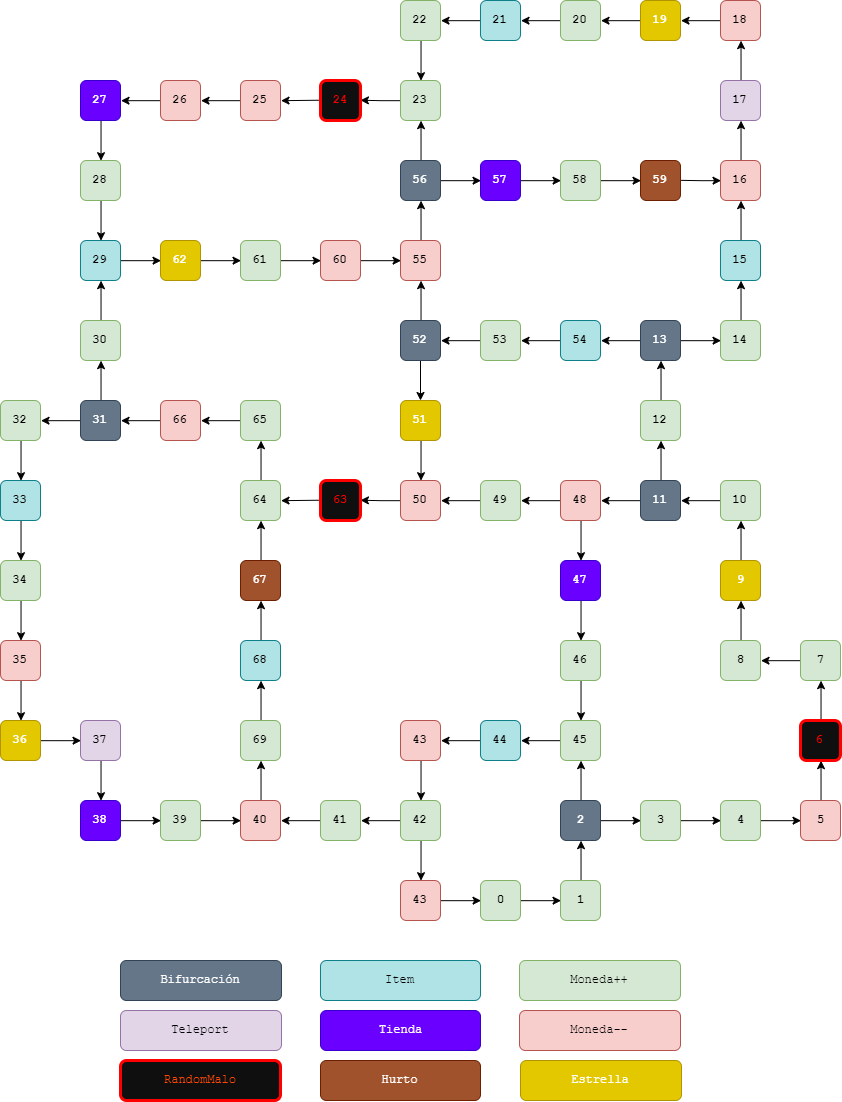
Above: docs/map0.png in hansolo-unlam/MarioParty (draw.io), before the change. Source tidied: cells renumbered, new cells last; positions are measured from the earlier drawing's top-left corner, leaving out a move shared by most shapes.
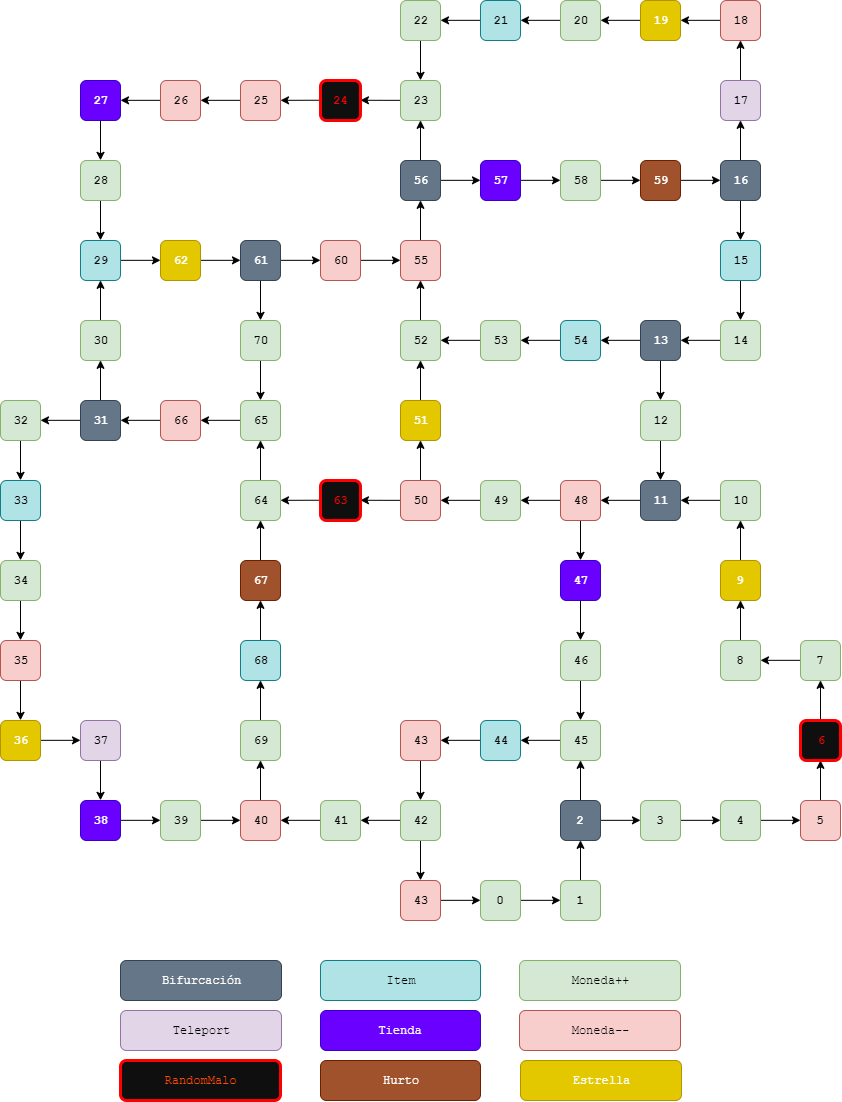
After the commit.

What changed in the source:
```diff
@@ -89,9 +89,6 @@
     <mxCell id="30" style="edgeStyle=orthogonalEdgeStyle;rounded=0;jettySize=auto;html=1;exitX=0;exitY=0.5;exitDx=0;exitDy=0;entryX=1;entryY=0.5;entryDx=0;entryDy=0;fontFamily=Courier New;fontStyle=1;" parent="1" edge="1" source="32" target="35">
       <mxGeometry relative="1" as="geometry" />
     </mxCell>
-    <mxCell id="31" style="edgeStyle=orthogonalEdgeStyle;rounded=0;jettySize=auto;html=1;exitX=0.5;exitY=0;exitDx=0;exitDy=0;entryX=0.5;entryY=1;entryDx=0;entryDy=0;fontFamily=Courier New;fontStyle=1;" parent="1" edge="1" source="32" target="52">
-      <mxGeometry relative="1" as="geometry" />
-    </mxCell>
     <mxCell id="32" value="11" style="rounded=1;whiteSpace=wrap;html=1;fontFamily=Courier New;fillColor=#647687;strokeColor=#314354;fontColor=#ffffff;fontStyle=1;" parent="1" vertex="1">
       <mxGeometry x="640" y="480" width="40" height="40" as="geometry" />
     </mxCell>
@@ -145,6 +142,9 @@
         <mxPoint x="359.9" y="499.7" as="targetPoint" />
       </mxGeometry>
     </mxCell>
+    <mxCell id="161" style="edgeStyle=orthogonalEdgeStyle;rounded=0;jettySize=auto;html=1;exitX=0.5;exitY=0;exitDx=0;exitDy=0;entryX=0.5;entryY=1;entryDx=0;entryDy=0;fontFamily=Courier New;" parent="1" edge="1" source="49" target="112">
+      <mxGeometry relative="1" as="geometry" />
+    </mxCell>
     <mxCell id="49" value="50" style="rounded=1;whiteSpace=wrap;html=1;fontFamily=Courier New;fillColor=#f8cecc;strokeColor=#b85450;fontStyle=1;" parent="1" vertex="1">
       <mxGeometry x="400" y="480" width="40" height="40" as="geometry" />
     </mxCell>
@@ -153,15 +153,15 @@
         <mxPoint x="319.9" y="499.7" as="sourcePoint" />
       </mxGeometry>
     </mxCell>
-    <mxCell id="51" style="edgeStyle=orthogonalEdgeStyle;rounded=0;jettySize=auto;html=1;exitX=0.5;exitY=0;exitDx=0;exitDy=0;entryX=0.5;entryY=1;entryDx=0;entryDy=0;fontFamily=Courier New;fontStyle=1;" parent="1" edge="1" source="52" target="119">
-      <mxGeometry relative="1" as="geometry" />
-    </mxCell>
+    <mxCell id="162" style="edgeStyle=orthogonalEdgeStyle;rounded=0;jettySize=auto;html=1;exitX=0.5;exitY=1;exitDx=0;exitDy=0;entryX=0.5;entryY=0;entryDx=0;entryDy=0;fontFamily=Courier New;" parent="1" edge="1" source="52" target="32">
+      <mxGeometry relative="1" as="geometry" />
+    </mxCell>
     <mxCell id="52" value="12" style="rounded=1;whiteSpace=wrap;html=1;fontFamily=Courier New;fillColor=#d5e8d4;strokeColor=#82b366;fontStyle=1;" parent="1" vertex="1">
       <mxGeometry x="640" y="400" width="40" height="40" as="geometry" />
     </mxCell>
-    <mxCell id="53" style="edgeStyle=orthogonalEdgeStyle;rounded=0;jettySize=auto;html=1;exitX=0.5;exitY=0;exitDx=0;exitDy=0;entryX=0.5;entryY=1;entryDx=0;entryDy=0;fontFamily=Courier New;fontStyle=1;" parent="1" edge="1" source="54" target="121">
-      <mxGeometry relative="1" as="geometry" />
-    </mxCell>
+    <mxCell id="163" style="edgeStyle=orthogonalEdgeStyle;rounded=0;jettySize=auto;html=1;exitX=0;exitY=0.5;exitDx=0;exitDy=0;entryX=1;entryY=0.5;entryDx=0;entryDy=0;fontFamily=Courier New;" parent="1" edge="1" source="54" target="119">
+      <mxGeometry relative="1" as="geometry" />
+    </mxCell>
     <mxCell id="54" value="14" style="rounded=1;whiteSpace=wrap;html=1;fontFamily=Courier New;fillColor=#d5e8d4;strokeColor=#82b366;fontStyle=1;" parent="1" vertex="1">
       <mxGeometry x="720" y="320" width="40" height="40" as="geometry" />
     </mxCell>
@@ -309,7 +309,10 @@
     <mxCell id="102" style="edgeStyle=orthogonalEdgeStyle;rounded=0;jettySize=auto;html=1;exitX=1;exitY=0.5;exitDx=0;exitDy=0;entryX=0;entryY=0.5;entryDx=0;entryDy=0;fontFamily=Courier New;fontStyle=1;" parent="1" edge="1" source="103" target="105">
       <mxGeometry relative="1" as="geometry" />
     </mxCell>
+    <mxCell id="164" style="edgeStyle=orthogonalEdgeStyle;rounded=0;jettySize=auto;html=1;exitX=0.5;exitY=1;exitDx=0;exitDy=0;entryX=0.5;entryY=0;entryDx=0;entryDy=0;fontFamily=Courier New;" parent="1" edge="1" source="103" target="170">
+      <mxGeometry relative="1" as="geometry" />
+    </mxCell>
-    <mxCell id="103" value="61" style="rounded=1;whiteSpace=wrap;html=1;fontFamily=Courier New;fillColor=#d5e8d4;strokeColor=#82b366;fontStyle=1;" parent="1" vertex="1">
+    <mxCell id="103" value="61" style="rounded=1;whiteSpace=wrap;html=1;fontFamily=Courier New;fillColor=#647687;strokeColor=#314354;fontStyle=1;fontColor=#ffffff;" parent="1" vertex="1">
       <mxGeometry x="240" y="240" width="40" height="40" as="geometry" />
     </mxCell>
     <mxCell id="104" style="edgeStyle=orthogonalEdgeStyle;rounded=0;jettySize=auto;html=1;exitX=1;exitY=0.5;exitDx=0;exitDy=0;entryX=0;entryY=0.5;entryDx=0;entryDy=0;fontFamily=Courier New;fontStyle=1;" parent="1" edge="1" source="105" target="107">
@@ -327,15 +330,12 @@
     <mxCell id="108" style="edgeStyle=orthogonalEdgeStyle;rounded=0;jettySize=auto;html=1;exitX=0.5;exitY=0;exitDx=0;exitDy=0;entryX=0.5;entryY=1;entryDx=0;entryDy=0;fontFamily=Courier New;fontStyle=1;" parent="1" edge="1" source="110" target="107">
       <mxGeometry relative="1" as="geometry" />
     </mxCell>
-    <mxCell id="109" style="edgeStyle=orthogonalEdgeStyle;rounded=0;jettySize=auto;html=1;fontFamily=Courier New;fontStyle=1;" parent="1" edge="1" source="110" target="112">
-      <mxGeometry relative="1" as="geometry" />
-    </mxCell>
-    <mxCell id="110" value="52" style="rounded=1;whiteSpace=wrap;html=1;fontFamily=Courier New;fillColor=#647687;strokeColor=#314354;fontColor=#ffffff;fontStyle=1;" parent="1" vertex="1">
+    <mxCell id="110" value="52" style="rounded=1;whiteSpace=wrap;html=1;fontFamily=Courier New;fillColor=#d5e8d4;strokeColor=#82b366;fontStyle=1;" parent="1" vertex="1">
       <mxGeometry x="400" y="320" width="40" height="40" as="geometry" />
     </mxCell>
-    <mxCell id="111" style="edgeStyle=orthogonalEdgeStyle;rounded=0;jettySize=auto;html=1;exitX=0.5;exitY=1;exitDx=0;exitDy=0;entryX=0.5;entryY=0;entryDx=0;entryDy=0;fontFamily=Courier New;fontStyle=1;" parent="1" edge="1" source="112" target="49">
-      <mxGeometry relative="1" as="geometry" />
-    </mxCell>
+    <mxCell id="165" style="edgeStyle=orthogonalEdgeStyle;rounded=0;jettySize=auto;html=1;exitX=0.5;exitY=0;exitDx=0;exitDy=0;entryX=0.5;entryY=1;entryDx=0;entryDy=0;fontFamily=Courier New;" parent="1" edge="1" source="112" target="110">
+      <mxGeometry relative="1" as="geometry" />
+    </mxCell>
     <mxCell id="112" value="51" style="rounded=1;whiteSpace=wrap;html=1;fontFamily=Courier New;fillColor=#e3c800;strokeColor=#B09500;fontColor=#ffffff;fontStyle=1;" parent="1" vertex="1">
       <mxGeometry x="400" y="400" width="40" height="40" as="geometry" />
     </mxCell>
@@ -354,22 +354,25 @@
     <mxCell id="117" style="edgeStyle=orthogonalEdgeStyle;rounded=0;jettySize=auto;html=1;exitX=0;exitY=0.5;exitDx=0;exitDy=0;entryX=1;entryY=0.5;entryDx=0;entryDy=0;fontFamily=Courier New;fontStyle=1;" parent="1" edge="1" source="119" target="116">
       <mxGeometry relative="1" as="geometry" />
     </mxCell>
-    <mxCell id="118" style="edgeStyle=orthogonalEdgeStyle;rounded=0;jettySize=auto;html=1;exitX=1;exitY=0.5;exitDx=0;exitDy=0;entryX=0;entryY=0.5;entryDx=0;entryDy=0;fontFamily=Courier New;fontStyle=1;" parent="1" edge="1" source="119" target="54">
-      <mxGeometry relative="1" as="geometry" />
-    </mxCell>
+    <mxCell id="166" style="edgeStyle=orthogonalEdgeStyle;rounded=0;jettySize=auto;html=1;exitX=0.5;exitY=1;exitDx=0;exitDy=0;entryX=0.5;entryY=0;entryDx=0;entryDy=0;fontFamily=Courier New;" parent="1" edge="1" source="119" target="52">
+      <mxGeometry relative="1" as="geometry" />
+    </mxCell>
     <mxCell id="119" value="13" style="rounded=1;whiteSpace=wrap;html=1;fontFamily=Courier New;fillColor=#647687;strokeColor=#314354;fontColor=#ffffff;fontStyle=1;" parent="1" vertex="1">
       <mxGeometry x="640" y="320" width="40" height="40" as="geometry" />
     </mxCell>
-    <mxCell id="120" style="edgeStyle=orthogonalEdgeStyle;rounded=0;jettySize=auto;html=1;exitX=0.5;exitY=0;exitDx=0;exitDy=0;entryX=0.5;entryY=1;entryDx=0;entryDy=0;fontFamily=Courier New;fontStyle=1;" parent="1" edge="1" source="121" target="123">
-      <mxGeometry relative="1" as="geometry" />
-    </mxCell>
+    <mxCell id="167" style="edgeStyle=orthogonalEdgeStyle;rounded=0;jettySize=auto;html=1;exitX=0.5;exitY=1;exitDx=0;exitDy=0;entryX=0.5;entryY=0;entryDx=0;entryDy=0;fontFamily=Courier New;" parent="1" edge="1" source="121" target="54">
+      <mxGeometry relative="1" as="geometry" />
+    </mxCell>
     <mxCell id="121" value="15" style="rounded=1;whiteSpace=wrap;html=1;fontFamily=Courier New;fillColor=#b0e3e6;strokeColor=#0e8088;fontStyle=1;" parent="1" vertex="1">
       <mxGeometry x="720" y="240" width="40" height="40" as="geometry" />
     </mxCell>
     <mxCell id="122" style="edgeStyle=orthogonalEdgeStyle;rounded=0;jettySize=auto;html=1;exitX=0.5;exitY=0;exitDx=0;exitDy=0;entryX=0.5;entryY=1;entryDx=0;entryDy=0;fontFamily=Courier New;fontStyle=1;" parent="1" edge="1" source="123" target="125">
       <mxGeometry relative="1" as="geometry" />
     </mxCell>
+    <mxCell id="168" style="edgeStyle=orthogonalEdgeStyle;rounded=0;jettySize=auto;html=1;exitX=0.5;exitY=1;exitDx=0;exitDy=0;entryX=0.5;entryY=0;entryDx=0;entryDy=0;fontFamily=Courier New;" parent="1" edge="1" source="123" target="121">
+      <mxGeometry relative="1" as="geometry" />
+    </mxCell>
-    <mxCell id="123" value="16" style="rounded=1;whiteSpace=wrap;html=1;fontFamily=Courier New;fillColor=#f8cecc;strokeColor=#b85450;fontStyle=1;" parent="1" vertex="1">
+    <mxCell id="123" value="16" style="rounded=1;whiteSpace=wrap;html=1;fontFamily=Courier New;fillColor=#647687;strokeColor=#314354;fontStyle=1;fontColor=#ffffff;" parent="1" vertex="1">
       <mxGeometry x="720" y="160" width="40" height="40" as="geometry" />
     </mxCell>
     <mxCell id="124" style="edgeStyle=orthogonalEdgeStyle;rounded=0;jettySize=auto;html=1;exitX=0.5;exitY=0;exitDx=0;exitDy=0;entryX=0.5;entryY=1;entryDx=0;entryDy=0;fontFamily=Courier New;fontStyle=1;" parent="1" edge="1" source="125" target="134">
@@ -491,5 +494,11 @@
     <mxCell id="160" value="Moneda--" style="rounded=1;whiteSpace=wrap;html=1;fontFamily=Courier New;fillColor=#f8cecc;strokeColor=#b85450;" parent="1" vertex="1">
       <mxGeometry x="519" y="1010" width="161" height="40" as="geometry" />
     </mxCell>
+    <mxCell id="169" style="edgeStyle=orthogonalEdgeStyle;rounded=0;jettySize=auto;html=1;exitX=0.5;exitY=1;exitDx=0;exitDy=0;fontFamily=Courier New;entryX=0.5;entryY=0;entryDx=0;entryDy=0;" parent="1" edge="1" source="170" target="89">
+      <mxGeometry relative="1" as="geometry" />
+    </mxCell>
+    <mxCell id="170" value="70" style="rounded=1;whiteSpace=wrap;html=1;fontFamily=Courier New;fillColor=#d5e8d4;strokeColor=#82b366;fontStyle=1;" parent="1" vertex="1">
+      <mxGeometry x="240" y="320" width="40" height="40" as="geometry" />
+    </mxCell>
   </root>
 </mxGraphModel>
```
